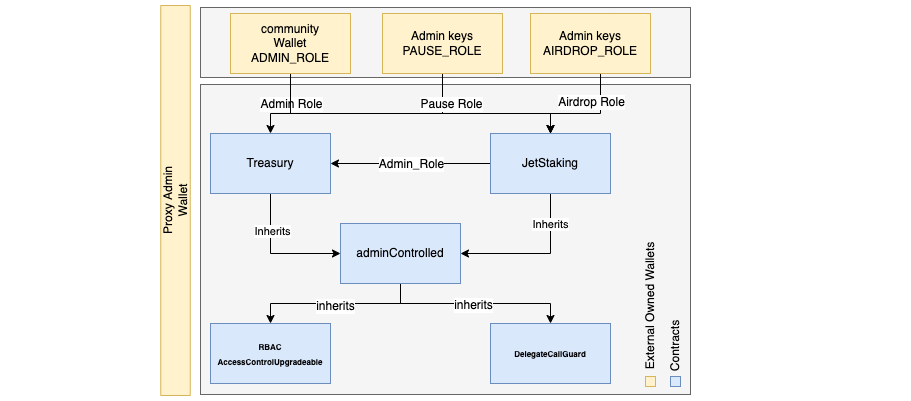
aurora-is-near/aurora-staking-contracts keeps this draw.io diagram as docs/imgs/staking-overview.drawio.png. Above is the earlier version. Source tidied: cells renumbered, new cells last; positions are measured from the earlier drawing's top-left corner, leaving out a move shared by most shapes. The source it was exported from:
```xml
<mxGraphModel>
  <root>
    <mxCell id="0" />
    <mxCell id="1" parent="0" />
    <mxCell id="2" style="rounded=0;whiteSpace=wrap;html=1;fontSize=12;strokeColor=none;" parent="1" vertex="1">
      <mxGeometry x="20" width="910" height="400" as="geometry" />
    </mxCell>
    <mxCell id="3" style="rounded=0;whiteSpace=wrap;html=1;fontSize=12;fillColor=#f5f5f5;fontColor=#333333;strokeColor=#666666;" parent="1" vertex="1">
      <mxGeometry x="220" y="7" width="490" height="70" as="geometry" />
    </mxCell>
    <mxCell id="4" style="rounded=0;whiteSpace=wrap;html=1;fontSize=12;fillColor=#f5f5f5;fontColor=#333333;strokeColor=#666666;" parent="1" vertex="1">
      <mxGeometry x="220" y="84" width="490" height="310" as="geometry" />
    </mxCell>
    <mxCell id="5" style="edgeStyle=orthogonalEdgeStyle;rounded=0;jettySize=auto;html=1;exitX=0.5;exitY=1;exitDx=0;exitDy=0;entryX=0;entryY=0.5;entryDx=0;entryDy=0;" parent="1" edge="1" source="7" target="17">
      <mxGeometry relative="1" as="geometry" />
    </mxCell>
    <mxCell id="6" value="Inherits" style="edgeLabel;html=1;align=center;verticalAlign=middle;" parent="5" vertex="1">
      <mxGeometry x="-0.43" y="1" relative="1" as="geometry" />
    </mxCell>
    <mxCell id="7" value="Treasury" style="rounded=0;whiteSpace=wrap;html=1;fillColor=#dae8fc;strokeColor=#6c8ebf;" parent="1" vertex="1">
      <mxGeometry x="230" y="133" width="120" height="60" as="geometry" />
    </mxCell>
    <mxCell id="8" style="edgeStyle=orthogonalEdgeStyle;rounded=0;jettySize=auto;html=1;exitX=0.5;exitY=1;exitDx=0;exitDy=0;entryX=1;entryY=0.5;entryDx=0;entryDy=0;" parent="1" edge="1" source="12" target="17">
      <mxGeometry relative="1" as="geometry" />
    </mxCell>
    <mxCell id="9" value="Inherits" style="edgeLabel;html=1;align=center;verticalAlign=middle;" parent="8" vertex="1">
      <mxGeometry x="-0.6" y="-1" relative="1" as="geometry" />
    </mxCell>
    <mxCell id="10" style="edgeStyle=orthogonalEdgeStyle;rounded=0;jettySize=auto;html=1;exitX=0;exitY=0.5;exitDx=0;exitDy=0;entryX=1;entryY=0.5;entryDx=0;entryDy=0;fontSize=8;" parent="1" edge="1" source="12" target="7">
      <mxGeometry relative="1" as="geometry" />
    </mxCell>
    <mxCell id="11" value="&lt;font style=&quot;font-size: 12px&quot;&gt;Admin_Role&lt;/font&gt;" style="edgeLabel;html=1;align=center;verticalAlign=middle;fontSize=8;" parent="10" vertex="1">
      <mxGeometry relative="1" as="geometry" />
    </mxCell>
    <mxCell id="12" value="JetStaking" style="rounded=0;whiteSpace=wrap;html=1;fillColor=#dae8fc;strokeColor=#6c8ebf;" parent="1" vertex="1">
      <mxGeometry x="510" y="133" width="120" height="60" as="geometry" />
    </mxCell>
    <mxCell id="13" style="edgeStyle=orthogonalEdgeStyle;rounded=0;jettySize=auto;html=1;exitX=0.5;exitY=1;exitDx=0;exitDy=0;entryX=0.5;entryY=0;entryDx=0;entryDy=0;fontSize=8;" parent="1" edge="1" source="17" target="18">
      <mxGeometry relative="1" as="geometry" />
    </mxCell>
    <mxCell id="14" value="inherits" style="edgeLabel;html=1;align=center;verticalAlign=middle;fontSize=12;" parent="13" vertex="1">
      <mxGeometry x="0.02" y="2" relative="1" as="geometry" />
    </mxCell>
    <mxCell id="15" style="edgeStyle=orthogonalEdgeStyle;rounded=0;jettySize=auto;html=1;exitX=0.5;exitY=1;exitDx=0;exitDy=0;fontSize=8;" parent="1" edge="1" source="17" target="19">
      <mxGeometry relative="1" as="geometry" />
    </mxCell>
    <mxCell id="16" value="inherits" style="edgeLabel;html=1;align=center;verticalAlign=middle;fontSize=12;" parent="15" vertex="1">
      <mxGeometry x="-0.03" y="-1" relative="1" as="geometry" />
    </mxCell>
    <mxCell id="17" value="adminControlled" style="rounded=0;whiteSpace=wrap;html=1;fillColor=#dae8fc;strokeColor=#6c8ebf;" parent="1" vertex="1">
      <mxGeometry x="360" y="223" width="120" height="60" as="geometry" />
    </mxCell>
    <mxCell id="18" value="&lt;font style=&quot;font-size: 8px&quot;&gt;&lt;b&gt;RBAC&lt;br&gt;AccessControlUpgradeable&lt;/b&gt;&lt;/font&gt;" style="rounded=0;whiteSpace=wrap;html=1;fillColor=#dae8fc;strokeColor=#6c8ebf;" parent="1" vertex="1">
      <mxGeometry x="230" y="323" width="120" height="60" as="geometry" />
    </mxCell>
    <mxCell id="19" value="&lt;font&gt;&lt;span style=&quot;font-size: 8px&quot;&gt;&lt;b&gt;DelegateCallGuard&lt;/b&gt;&lt;/span&gt;&lt;br&gt;&lt;/font&gt;" style="rounded=0;whiteSpace=wrap;html=1;fillColor=#dae8fc;strokeColor=#6c8ebf;" parent="1" vertex="1">
      <mxGeometry x="510" y="323" width="120" height="60" as="geometry" />
    </mxCell>
    <mxCell id="20" style="edgeStyle=orthogonalEdgeStyle;rounded=0;jettySize=auto;html=1;entryX=0.5;entryY=0;entryDx=0;entryDy=0;fontSize=12;exitX=0.5;exitY=1;exitDx=0;exitDy=0;" parent="1" edge="1" source="23" target="7">
      <mxGeometry relative="1" as="geometry">
        <Array as="points">
          <mxPoint x="310" y="113" />
          <mxPoint x="290" y="113" />
        </Array>
      </mxGeometry>
    </mxCell>
    <mxCell id="21" value="Admin Role" style="edgeLabel;html=1;align=center;verticalAlign=middle;fontSize=12;" parent="20" vertex="1">
      <mxGeometry x="-0.08" y="1" relative="1" as="geometry">
        <mxPoint x="-1" y="-7" as="offset" />
      </mxGeometry>
    </mxCell>
    <mxCell id="22" style="edgeStyle=orthogonalEdgeStyle;rounded=0;jettySize=auto;html=1;exitX=0.5;exitY=1;exitDx=0;exitDy=0;fontSize=12;entryX=0.5;entryY=0;entryDx=0;entryDy=0;" parent="1" edge="1" source="23" target="12">
      <mxGeometry relative="1" as="geometry">
        <Array as="points">
          <mxPoint x="310" y="113" />
          <mxPoint x="570" y="113" />
        </Array>
      </mxGeometry>
    </mxCell>
    <mxCell id="23" value="&lt;span&gt;community&lt;/span&gt;&lt;br&gt;&lt;span&gt;Wallet&lt;/span&gt;&lt;br&gt;&lt;span&gt;ADMIN_ROLE&lt;/span&gt;" style="rounded=0;whiteSpace=wrap;html=1;fontSize=12;fillColor=#fff2cc;strokeColor=#d6b656;" parent="1" vertex="1">
      <mxGeometry x="250" y="13" width="120" height="60" as="geometry" />
    </mxCell>
    <mxCell id="24" style="edgeStyle=orthogonalEdgeStyle;rounded=0;jettySize=auto;html=1;exitX=0.5;exitY=1;exitDx=0;exitDy=0;entryX=0.5;entryY=0;entryDx=0;entryDy=0;fontSize=12;" parent="1" edge="1" source="26" target="12">
      <mxGeometry relative="1" as="geometry">
        <Array as="points">
          <mxPoint x="462" y="113" />
          <mxPoint x="570" y="113" />
        </Array>
      </mxGeometry>
    </mxCell>
    <mxCell id="25" value="Pause Role" style="edgeLabel;html=1;align=center;verticalAlign=middle;fontSize=12;" parent="24" vertex="1">
      <mxGeometry x="-0.31" relative="1" as="geometry">
        <mxPoint x="-10" y="-10" as="offset" />
      </mxGeometry>
    </mxCell>
    <mxCell id="26" value="Admin keys&lt;br&gt;&lt;span&gt;PAUSE_ROLE&lt;/span&gt;" style="rounded=0;whiteSpace=wrap;html=1;fontSize=12;fillColor=#fff2cc;strokeColor=#d6b656;" parent="1" vertex="1">
      <mxGeometry x="402" y="13" width="120" height="60" as="geometry" />
    </mxCell>
    <mxCell id="27" style="edgeStyle=orthogonalEdgeStyle;rounded=0;jettySize=auto;html=1;exitX=0.5;exitY=1;exitDx=0;exitDy=0;entryX=0.5;entryY=0;entryDx=0;entryDy=0;fontSize=12;" parent="1" edge="1" source="29" target="12">
      <mxGeometry relative="1" as="geometry">
        <Array as="points">
          <mxPoint x="620" y="113" />
          <mxPoint x="570" y="113" />
        </Array>
      </mxGeometry>
    </mxCell>
    <mxCell id="28" value="Airdrop Role" style="edgeLabel;html=1;align=center;verticalAlign=middle;fontSize=12;" parent="27" vertex="1">
      <mxGeometry x="-0.33" y="-2" relative="1" as="geometry">
        <mxPoint x="-8" y="-2" as="offset" />
      </mxGeometry>
    </mxCell>
    <mxCell id="29" value="Admin keys&lt;br&gt;&lt;span&gt;AIRDROP_ROLE&lt;/span&gt;" style="rounded=0;whiteSpace=wrap;html=1;fontSize=12;fillColor=#fff2cc;strokeColor=#d6b656;" parent="1" vertex="1">
      <mxGeometry x="550" y="13" width="120" height="60" as="geometry" />
    </mxCell>
    <mxCell id="30" style="rounded=0;whiteSpace=wrap;html=1;fontSize=12;fillColor=#fff2cc;strokeColor=#d6b656;" parent="1" vertex="1">
      <mxGeometry x="665" y="376" width="10" height="10" as="geometry" />
    </mxCell>
    <mxCell id="31" style="rounded=0;whiteSpace=wrap;html=1;fontSize=12;fillColor=#dae8fc;strokeColor=#6c8ebf;" parent="1" vertex="1">
      <mxGeometry x="690" y="376" width="10" height="10" as="geometry" />
    </mxCell>
    <mxCell id="32" value="External Owned Wallets" style="text;html=1;align=center;verticalAlign=middle;strokeColor=none;fillColor=none;fontSize=12;rotation=-90;" parent="1" vertex="1">
      <mxGeometry x="600" y="296" width="140" height="20" as="geometry" />
    </mxCell>
    <mxCell id="33" value="Contracts" style="text;html=1;align=center;verticalAlign=middle;strokeColor=none;fillColor=none;fontSize=12;rotation=-90;" parent="1" vertex="1">
      <mxGeometry x="660" y="336" width="70" height="20" as="geometry" />
    </mxCell>
    <mxCell id="34" value="Proxy Admin&lt;br&gt;Wallet" style="rounded=0;whiteSpace=wrap;html=1;fontSize=12;fillColor=#fff2cc;strokeColor=#d6b656;rotation=-90;" parent="1" vertex="1">
      <mxGeometry y="185.2" width="390" height="29.5" as="geometry" />
    </mxCell>
  </root>
</mxGraphModel>
```
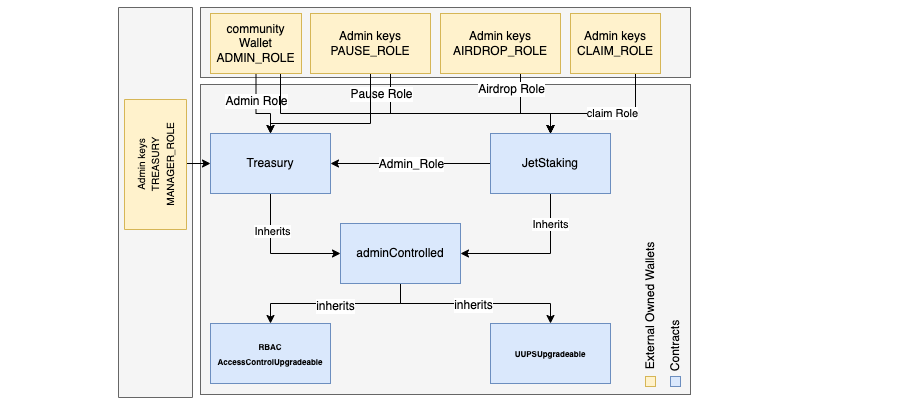
Later version of the same file.

Commit message:
fix: staking overview documentation

Change to the diagram source:
```diff
@@ -5,6 +5,9 @@
     <mxCell id="2" style="rounded=0;whiteSpace=wrap;html=1;fontSize=12;strokeColor=none;" parent="1" vertex="1">
       <mxGeometry x="20" width="910" height="400" as="geometry" />
     </mxCell>
+    <mxCell id="35" style="rounded=0;whiteSpace=wrap;html=1;fontSize=12;fillColor=#f5f5f5;fontColor=#333333;strokeColor=#666666;rotation=-90;" parent="1" vertex="1">
+      <mxGeometry x="-20" y="165" width="390" height="74" as="geometry" />
+    </mxCell>
     <mxCell id="3" style="rounded=0;whiteSpace=wrap;html=1;fontSize=12;fillColor=#f5f5f5;fontColor=#333333;strokeColor=#666666;" parent="1" vertex="1">
       <mxGeometry x="220" y="7" width="490" height="70" as="geometry" />
     </mxCell>
@@ -53,13 +56,13 @@
     <mxCell id="18" value="&lt;font style=&quot;font-size: 8px&quot;&gt;&lt;b&gt;RBAC&lt;br&gt;AccessControlUpgradeable&lt;/b&gt;&lt;/font&gt;" style="rounded=0;whiteSpace=wrap;html=1;fillColor=#dae8fc;strokeColor=#6c8ebf;" parent="1" vertex="1">
       <mxGeometry x="230" y="323" width="120" height="60" as="geometry" />
     </mxCell>
-    <mxCell id="19" value="&lt;font&gt;&lt;span style=&quot;font-size: 8px&quot;&gt;&lt;b&gt;DelegateCallGuard&lt;/b&gt;&lt;/span&gt;&lt;br&gt;&lt;/font&gt;" style="rounded=0;whiteSpace=wrap;html=1;fillColor=#dae8fc;strokeColor=#6c8ebf;" parent="1" vertex="1">
+    <mxCell id="19" value="&lt;font&gt;&lt;span style=&quot;font-size: 8px&quot;&gt;&lt;b&gt;UUPSUpgradeable&lt;/b&gt;&lt;/span&gt;&lt;br&gt;&lt;/font&gt;" style="rounded=0;whiteSpace=wrap;html=1;fillColor=#dae8fc;strokeColor=#6c8ebf;" parent="1" vertex="1">
       <mxGeometry x="510" y="323" width="120" height="60" as="geometry" />
     </mxCell>
     <mxCell id="20" style="edgeStyle=orthogonalEdgeStyle;rounded=0;jettySize=auto;html=1;entryX=0.5;entryY=0;entryDx=0;entryDy=0;fontSize=12;exitX=0.5;exitY=1;exitDx=0;exitDy=0;" parent="1" edge="1" source="23" target="7">
       <mxGeometry relative="1" as="geometry">
         <Array as="points">
-          <mxPoint x="310" y="113" />
+          <mxPoint x="276" y="113" />
           <mxPoint x="290" y="113" />
         </Array>
       </mxGeometry>
@@ -72,34 +75,43 @@
     <mxCell id="22" style="edgeStyle=orthogonalEdgeStyle;rounded=0;jettySize=auto;html=1;exitX=0.5;exitY=1;exitDx=0;exitDy=0;fontSize=12;entryX=0.5;entryY=0;entryDx=0;entryDy=0;" parent="1" edge="1" source="23" target="12">
       <mxGeometry relative="1" as="geometry">
         <Array as="points">
-          <mxPoint x="310" y="113" />
+          <mxPoint x="300" y="73" />
+          <mxPoint x="300" y="113" />
           <mxPoint x="570" y="113" />
         </Array>
       </mxGeometry>
     </mxCell>
     <mxCell id="23" value="&lt;span&gt;community&lt;/span&gt;&lt;br&gt;&lt;span&gt;Wallet&lt;/span&gt;&lt;br&gt;&lt;span&gt;ADMIN_ROLE&lt;/span&gt;" style="rounded=0;whiteSpace=wrap;html=1;fontSize=12;fillColor=#fff2cc;strokeColor=#d6b656;" parent="1" vertex="1">
-      <mxGeometry x="250" y="13" width="120" height="60" as="geometry" />
+      <mxGeometry x="230" y="13" width="91" height="60" as="geometry" />
     </mxCell>
     <mxCell id="24" style="edgeStyle=orthogonalEdgeStyle;rounded=0;jettySize=auto;html=1;exitX=0.5;exitY=1;exitDx=0;exitDy=0;entryX=0.5;entryY=0;entryDx=0;entryDy=0;fontSize=12;" parent="1" edge="1" source="26" target="12">
       <mxGeometry relative="1" as="geometry">
         <Array as="points">
-          <mxPoint x="462" y="113" />
+          <mxPoint x="410" y="113" />
           <mxPoint x="570" y="113" />
         </Array>
       </mxGeometry>
     </mxCell>
     <mxCell id="25" value="Pause Role" style="edgeLabel;html=1;align=center;verticalAlign=middle;fontSize=12;" parent="24" vertex="1">
       <mxGeometry x="-0.31" relative="1" as="geometry">
-        <mxPoint x="-10" y="-10" as="offset" />
+        <mxPoint x="-32" y="-20" as="offset" />
       </mxGeometry>
     </mxCell>
+    <mxCell id="36" style="edgeStyle=orthogonalEdgeStyle;rounded=0;jettySize=auto;html=1;exitX=0.5;exitY=1;exitDx=0;exitDy=0;entryX=0.5;entryY=0;entryDx=0;entryDy=0;" parent="1" edge="1" source="26" target="7">
+      <mxGeometry relative="1" as="geometry">
+        <Array as="points">
+          <mxPoint x="390" y="123" />
+          <mxPoint x="290" y="123" />
+        </Array>
+      </mxGeometry>
+    </mxCell>
     <mxCell id="26" value="Admin keys&lt;br&gt;&lt;span&gt;PAUSE_ROLE&lt;/span&gt;" style="rounded=0;whiteSpace=wrap;html=1;fontSize=12;fillColor=#fff2cc;strokeColor=#d6b656;" parent="1" vertex="1">
-      <mxGeometry x="402" y="13" width="120" height="60" as="geometry" />
+      <mxGeometry x="330" y="13" width="120" height="60" as="geometry" />
     </mxCell>
     <mxCell id="27" style="edgeStyle=orthogonalEdgeStyle;rounded=0;jettySize=auto;html=1;exitX=0.5;exitY=1;exitDx=0;exitDy=0;entryX=0.5;entryY=0;entryDx=0;entryDy=0;fontSize=12;" parent="1" edge="1" source="29" target="12">
       <mxGeometry relative="1" as="geometry">
         <Array as="points">
-          <mxPoint x="620" y="113" />
+          <mxPoint x="540" y="113" />
           <mxPoint x="570" y="113" />
         </Array>
       </mxGeometry>
@@ -110,7 +122,7 @@
       </mxGeometry>
     </mxCell>
     <mxCell id="29" value="Admin keys&lt;br&gt;&lt;span&gt;AIRDROP_ROLE&lt;/span&gt;" style="rounded=0;whiteSpace=wrap;html=1;fontSize=12;fillColor=#fff2cc;strokeColor=#d6b656;" parent="1" vertex="1">
-      <mxGeometry x="550" y="13" width="120" height="60" as="geometry" />
+      <mxGeometry x="460" y="13" width="120" height="60" as="geometry" />
     </mxCell>
     <mxCell id="30" style="rounded=0;whiteSpace=wrap;html=1;fontSize=12;fillColor=#fff2cc;strokeColor=#d6b656;" parent="1" vertex="1">
       <mxGeometry x="665" y="376" width="10" height="10" as="geometry" />
@@ -124,8 +136,27 @@
     <mxCell id="33" value="Contracts" style="text;html=1;align=center;verticalAlign=middle;strokeColor=none;fillColor=none;fontSize=12;rotation=-90;" parent="1" vertex="1">
       <mxGeometry x="660" y="336" width="70" height="20" as="geometry" />
     </mxCell>
-    <mxCell id="34" value="Proxy Admin&lt;br&gt;Wallet" style="rounded=0;whiteSpace=wrap;html=1;fontSize=12;fillColor=#fff2cc;strokeColor=#d6b656;rotation=-90;" parent="1" vertex="1">
-      <mxGeometry y="185.2" width="390" height="29.5" as="geometry" />
-    </mxCell>
+    <mxCell id="37" value="claim Role" style="edgeStyle=orthogonalEdgeStyle;rounded=0;jettySize=auto;html=1;exitX=0.5;exitY=1;exitDx=0;exitDy=0;entryX=0.5;entryY=0;entryDx=0;entryDy=0;" parent="1" edge="1" source="38" target="12">
+      <mxGeometry relative="1" as="geometry">
+        <Array as="points">
+          <mxPoint x="655" y="113" />
+          <mxPoint x="570" y="113" />
+        </Array>
+      </mxGeometry>
+    </mxCell>
+    <mxCell id="38" value="Admin keys&lt;br&gt;CLAIM_ROLE" style="rounded=0;whiteSpace=wrap;html=1;fontSize=12;fillColor=#fff2cc;strokeColor=#d6b656;" parent="1" vertex="1">
+      <mxGeometry x="590" y="13" width="90" height="60" as="geometry" />
+    </mxCell>
+    <mxCell id="39" style="edgeStyle=orthogonalEdgeStyle;rounded=0;jettySize=auto;html=1;exitX=0.5;exitY=1;exitDx=0;exitDy=0;entryX=0;entryY=0.5;entryDx=0;entryDy=0;fontSize=10;" parent="1" edge="1" source="40" target="7">
+      <mxGeometry relative="1" as="geometry">
+        <Array as="points">
+          <mxPoint x="199" y="161" />
+          <mxPoint x="199" y="163" />
+        </Array>
+      </mxGeometry>
+    </mxCell>
+    <mxCell id="40" value="&lt;font style=&quot;font-size: 10px;&quot;&gt;Admin keys&lt;br&gt;TREASURY&lt;br&gt;MANAGER_ROLE&lt;/font&gt;" style="rounded=0;whiteSpace=wrap;html=1;fontSize=12;fillColor=#fff2cc;strokeColor=#d6b656;rotation=-90;" parent="1" vertex="1">
+      <mxGeometry x="110" y="133" width="130" height="62" as="geometry" />
+    </mxCell>
   </root>
 </mxGraphModel>
```
